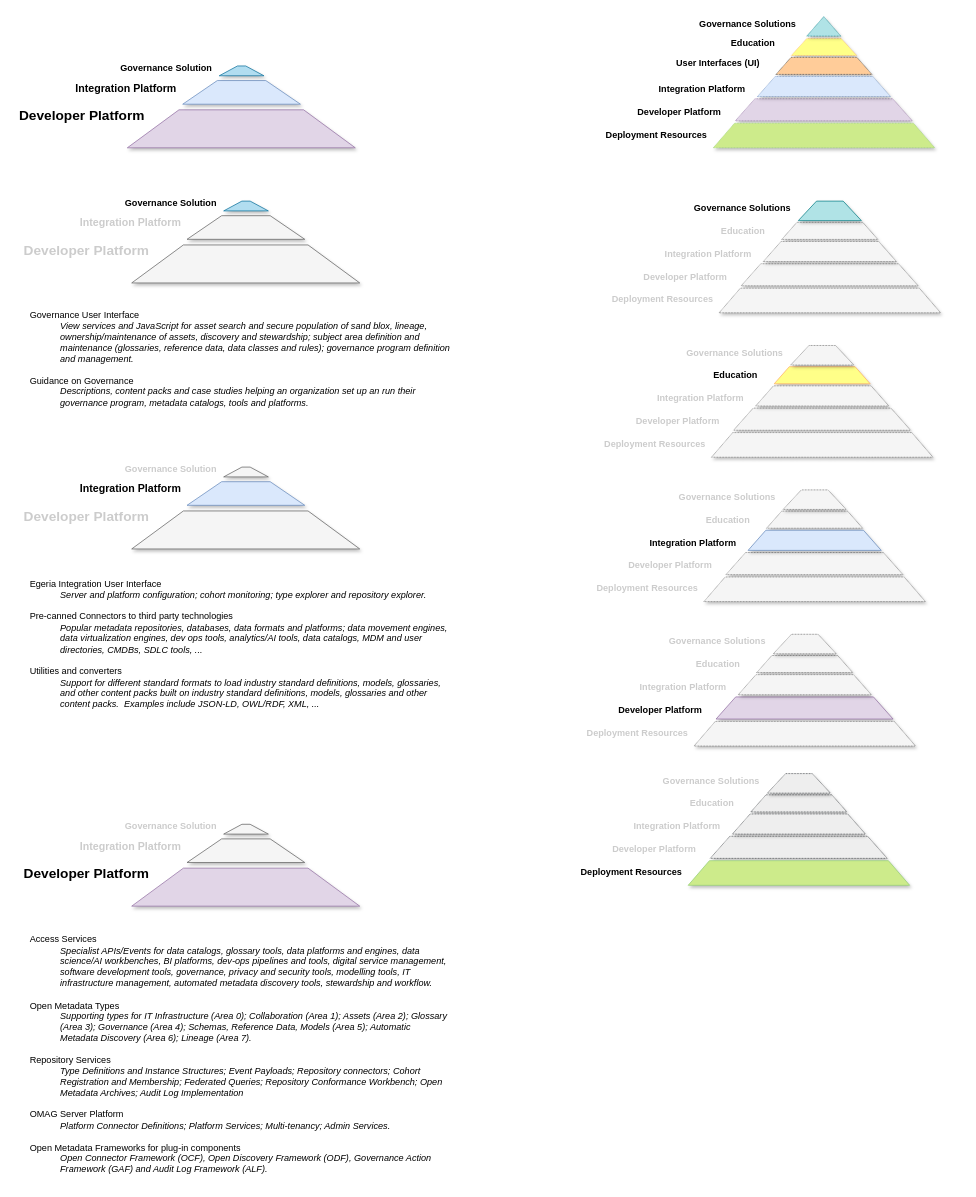
This is page "functional-detail" (2 of 28) of site/docs/release-notes/egeria-status.drawio from odpi/egeria-docs, a draw.io file, before an edit. Source tidied: cells renumbered, new cells numbered last; positions are measured from the earlier drawing's top-left corner, leaving out a move shared by most shapes. Both pictures are drawn from the tidied source at 76%, with x=0, y=0 at pixel (13, 16).
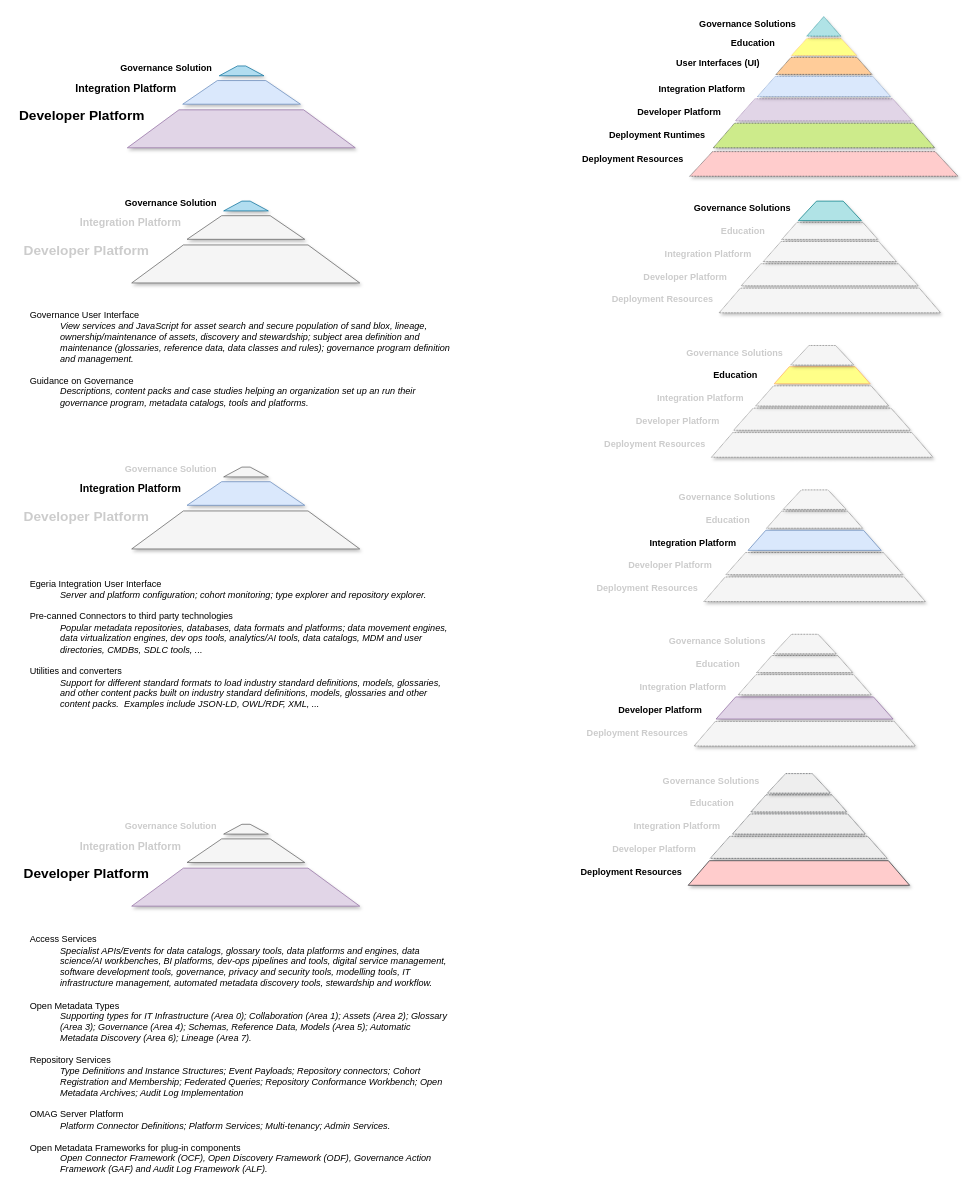
The same page after the edit.

The edit, as a diff of the source:
```diff
@@
-    <mxCell id="31" value="Deployment Resources" style="text;html=1;align=center;verticalAlign=middle;fontSize=12;fontStyle=1;shadow=0;rounded=1;" parent="1" vertex="1">
-      <mxGeometry x="771" y="145.6" width="150" height="20" as="geometry" />
+    <mxCell id="31" value="Deployment Runtimes" style="text;html=1;align=center;verticalAlign=middle;fontSize=12;fontStyle=1;shadow=0;rounded=1;" parent="1" vertex="1">
+      <mxGeometry x="774" y="142.6" width="145" height="26" as="geometry" />
     </mxCell>
@@
-    <mxCell id="83" style="shape=trapezoid;perimeter=trapezoidPerimeter;whiteSpace=wrap;html=1;size=0.09583333333333334;fillColor=#cdeb8b;strokeColor=#97D077;shadow=1;" parent="1" vertex="1">
+    <mxCell id="83" style="shape=trapezoid;perimeter=trapezoidPerimeter;whiteSpace=wrap;html=1;size=0.09583333333333334;fillColor=#ffcccc;strokeColor=#36393d;shadow=1;" parent="1" vertex="1">
       <mxGeometry x="888" y="1111" width="291.4" height="32.4" as="geometry" />
     </mxCell>
@@
-    <mxCell id="89" style="shape=trapezoid;perimeter=trapezoidPerimeter;whiteSpace=wrap;html=1;size=0.09583333333333334;fillColor=#cdeb8b;strokeColor=#97D077;shadow=1;dashed=1;dashPattern=1 1;" parent="1" vertex="1">
+    <mxCell id="89" style="shape=trapezoid;perimeter=trapezoidPerimeter;whiteSpace=wrap;html=1;size=0.09583333333333334;fillColor=#cdeb8b;strokeColor=#36393d;shadow=1;dashed=1;dashPattern=1 1;" parent="1" vertex="1">
       <mxGeometry x="921" y="140.6" width="291.4" height="32.4" as="geometry" />
     </mxCell>
@@
+    <mxCell id="91" style="shape=trapezoid;perimeter=trapezoidPerimeter;whiteSpace=wrap;html=1;size=0.08498583569405099;fillColor=#ffcccc;strokeColor=#36393d;shadow=1;dashed=1;dashPattern=1 1;" parent="1" vertex="1">
+      <mxGeometry x="890" y="178" width="353" height="32.4" as="geometry" />
+    </mxCell>
+    <mxCell id="92" value="Deployment Resources" style="text;html=1;align=center;verticalAlign=middle;fontSize=12;fontStyle=1;shadow=0;rounded=1;" parent="1" vertex="1">
+      <mxGeometry x="740" y="178" width="150" height="20" as="geometry" />
+    </mxCell>
```
